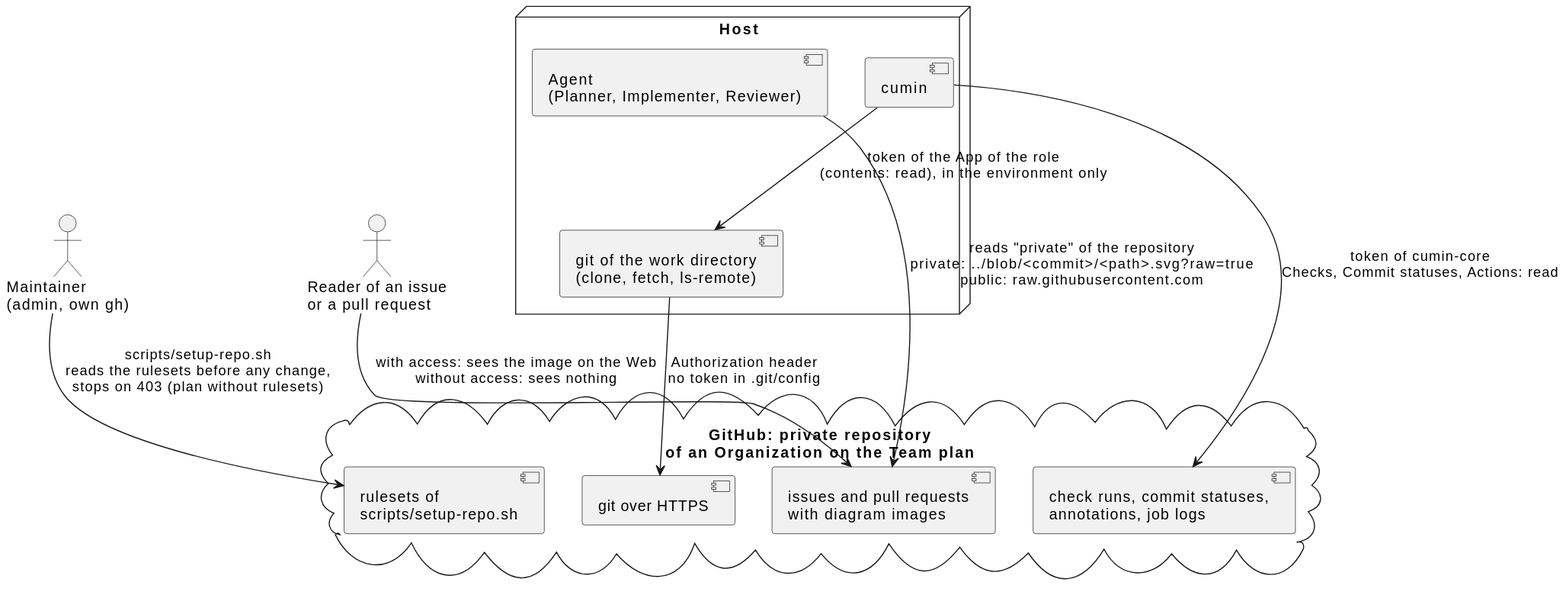
The PlantUML diagram docs/ja/designs/private-repository.svg in cloveclovedev/cumin-works, before a commit.
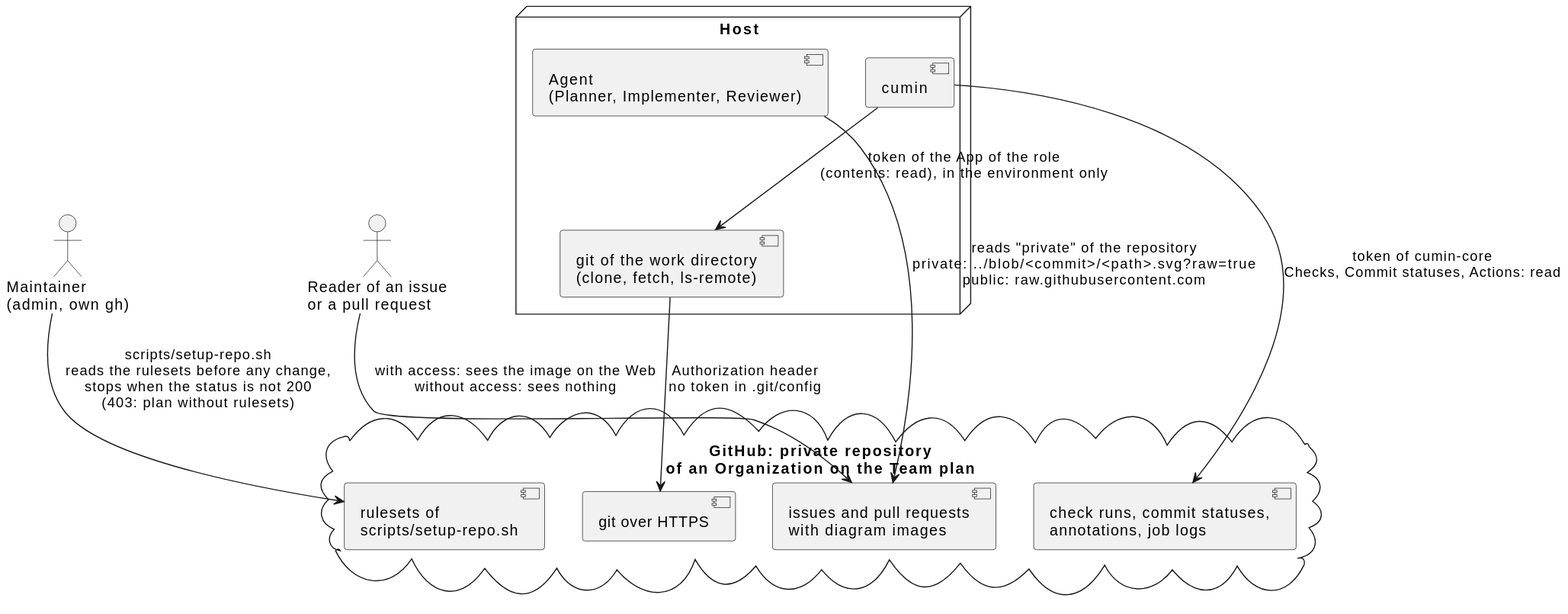
Above is the later version.

Commit message:
docs(designs): show in the diagram that setup-repo.sh stops on a status other than 200

Diff of the diagram source:
```diff
@@ -18,7 +18,7 @@
   component "issues and pull requests\nwith diagram images" as text
 }
 
-admin --> rulesets : scripts/setup-repo.sh\nreads the rulesets before any change,\nstops on 403 (plan without rulesets)
+admin --> rulesets : scripts/setup-repo.sh\nreads the rulesets before any change,\nstops when the status is not 200\n(403: plan without rulesets)
 cumin --> git : token of the App of the role\n(contents: read), in the environment only
 git --> https : Authorization header\nno token in .git/config
 cumin --> checks : token of cumin-core\nChecks, Commit statuses, Actions: read
```
